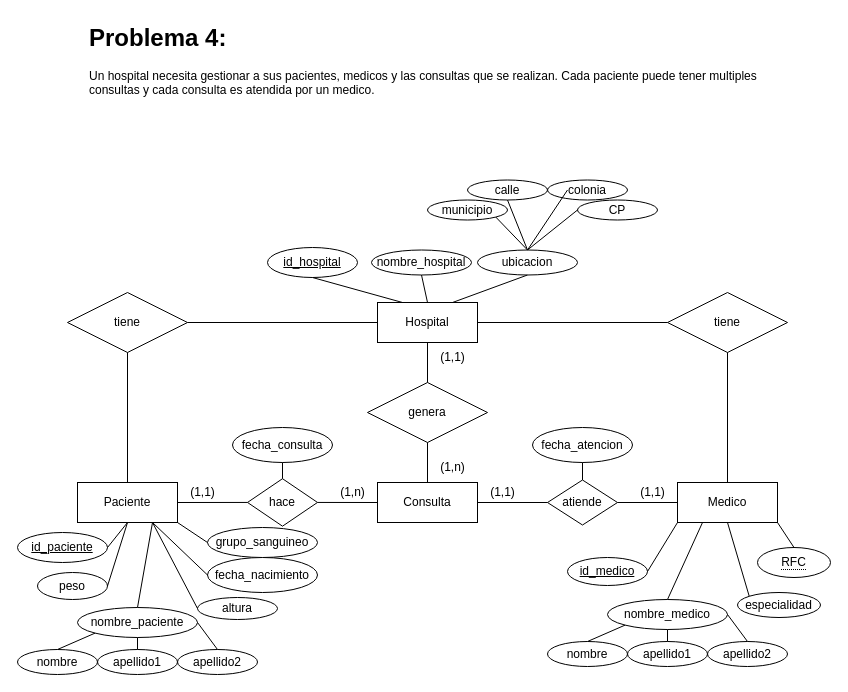
This is page "Problema-4-ER" (8 of 9) of TASK_1/Problemas.drawio from itsFDavid/Bases-de-datos, a draw.io file, before an edit. Source tidied: cells renumbered, new cells numbered last; positions are measured from the earlier drawing's top-left corner, leaving out a move shared by most shapes. Both pictures are drawn from the tidied source at 100%, with x=0, y=0 at pixel (17, 17).
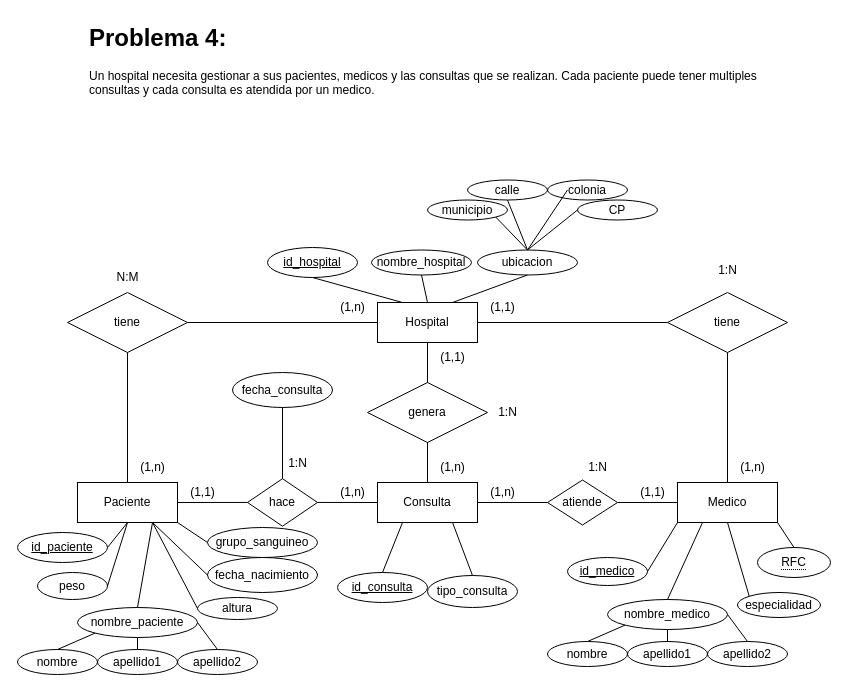
The same page after the edit.

Commit message:
add relational model of problem 4

Unchanged cells that the change refers to:
```xml
<mxCell id="5" value="Consulta" style="whiteSpace=wrap;html=1;align=center;" parent="1" vertex="1">
  <mxGeometry x="360" y="465" width="100" height="40" as="geometry" />
</mxCell>
<mxCell id="19" value="atiende" style="shape=rhombus;perimeter=rhombusPerimeter;whiteSpace=wrap;html=1;align=center;" parent="1" vertex="1">
  <mxGeometry x="530" y="462.5" width="70" height="45" as="geometry" />
</mxCell>
```

What changed in the source:
```diff
@@
-    <mxCell id="25" value="(1,1)" style="text;html=1;align=center;verticalAlign=middle;strokeColor=none;fillColor=none;" parent="1" vertex="1">
+    <mxCell id="25" value="(1,n)" style="text;html=1;align=center;verticalAlign=middle;strokeColor=none;fillColor=none;" parent="1" vertex="1">
       <mxGeometry x="460" y="460" width="50" height="30" as="geometry" />
     </mxCell>
@@
     <mxCell id="58" value="fecha_consulta" style="ellipse;whiteSpace=wrap;html=1;align=center;" parent="1" vertex="1">
-      <mxGeometry x="215" y="410" width="100" height="35" as="geometry" />
+      <mxGeometry x="215" y="355" width="100" height="35" as="geometry" />
     </mxCell>
@@
-    <mxCell id="67" value="fecha_atencion" style="ellipse;whiteSpace=wrap;html=1;align=center;" parent="1" vertex="1">
-      <mxGeometry x="515" y="410" width="100" height="35" as="geometry" />
-    </mxCell>
-    <mxCell id="68" style="endArrow=none;html=1;rounded=0;exitX=0.5;exitY=0;exitDx=0;exitDy=0;entryX=0.5;entryY=1;entryDx=0;entryDy=0;" parent="1" edge="1" source="19" target="67">
-      <mxGeometry relative="1" as="geometry" />
-    </mxCell>
@@
+    <mxCell id="78" value="(1,n)" style="text;html=1;align=center;verticalAlign=middle;strokeColor=none;fillColor=none;" parent="1" vertex="1">
+      <mxGeometry x="110" y="435" width="50" height="30" as="geometry" />
+    </mxCell>
+    <mxCell id="79" value="(1,n)" style="text;html=1;align=center;verticalAlign=middle;strokeColor=none;fillColor=none;" parent="1" vertex="1">
+      <mxGeometry x="310" y="275" width="50" height="30" as="geometry" />
+    </mxCell>
+    <mxCell id="80" value="(1,n)" style="text;html=1;align=center;verticalAlign=middle;strokeColor=none;fillColor=none;" parent="1" vertex="1">
+      <mxGeometry x="710" y="435" width="50" height="30" as="geometry" />
+    </mxCell>
+    <mxCell id="81" value="(1,1)" style="text;html=1;align=center;verticalAlign=middle;strokeColor=none;fillColor=none;" parent="1" vertex="1">
+      <mxGeometry x="460" y="275" width="50" height="30" as="geometry" />
+    </mxCell>
+    <mxCell id="82" value="1:N" style="text;html=1;align=center;verticalAlign=middle;strokeColor=none;fillColor=none;" parent="1" vertex="1">
+      <mxGeometry x="690" y="238" width="40" height="30" as="geometry" />
+    </mxCell>
+    <mxCell id="83" value="N:M" style="text;html=1;align=center;verticalAlign=middle;strokeColor=none;fillColor=none;" parent="1" vertex="1">
+      <mxGeometry x="85" y="245" width="50" height="30" as="geometry" />
+    </mxCell>
+    <mxCell id="84" value="1:N" style="text;html=1;align=center;verticalAlign=middle;strokeColor=none;fillColor=none;" parent="1" vertex="1">
+      <mxGeometry x="470" y="380" width="40" height="30" as="geometry" />
+    </mxCell>
+    <mxCell id="85" value="1:N" style="text;html=1;align=center;verticalAlign=middle;strokeColor=none;fillColor=none;" parent="1" vertex="1">
+      <mxGeometry x="560" y="435" width="40" height="30" as="geometry" />
+    </mxCell>
+    <mxCell id="86" value="1:N" style="text;html=1;align=center;verticalAlign=middle;strokeColor=none;fillColor=none;" parent="1" vertex="1">
+      <mxGeometry x="260" y="431.2" width="40" height="30" as="geometry" />
+    </mxCell>
+    <mxCell id="87" value="id_consulta" style="ellipse;whiteSpace=wrap;html=1;align=center;fontStyle=4;" parent="1" vertex="1">
+      <mxGeometry x="320" y="555" width="90" height="30" as="geometry" />
+    </mxCell>
+    <mxCell id="88" style="endArrow=none;html=1;rounded=0;exitX=0.25;exitY=1;exitDx=0;exitDy=0;entryX=0.5;entryY=0;entryDx=0;entryDy=0;" parent="1" edge="1" source="5" target="87">
+      <mxGeometry relative="1" as="geometry" />
+    </mxCell>
+    <mxCell id="89" value="tipo_consulta" style="ellipse;whiteSpace=wrap;html=1;align=center;" parent="1" vertex="1">
+      <mxGeometry x="410" y="558" width="90" height="32" as="geometry" />
+    </mxCell>
+    <mxCell id="90" style="endArrow=none;html=1;rounded=0;exitX=0.75;exitY=1;exitDx=0;exitDy=0;entryX=0.5;entryY=0;entryDx=0;entryDy=0;" parent="1" edge="1" source="5" target="89">
+      <mxGeometry relative="1" as="geometry" />
+    </mxCell>
```
